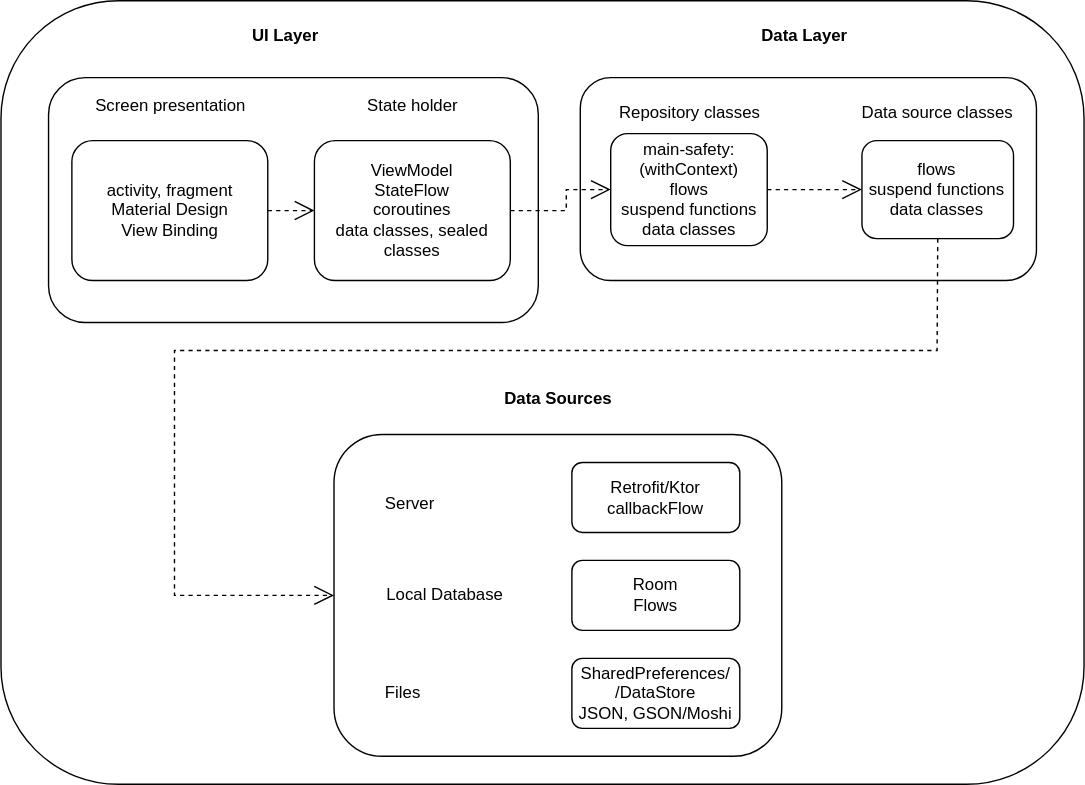
Above: !sources/android-architecture-map.drawio.svg in krystian-rymon-lipinski/knowledge-database (draw.io), before the change. Source tidied: cells renumbered, new cells last; positions are measured from the earlier drawing's top-left corner, leaving out a move shared by most shapes. Source of this version:
```xml
<mxGraphModel>
  <root>
    <mxCell id="0" />
    <mxCell id="1" parent="0" />
    <mxCell id="2" style="rounded=1;whiteSpace=wrap;html=1;" parent="1" vertex="1">
      <mxGeometry width="774" height="560" as="geometry" />
    </mxCell>
    <mxCell id="3" style="group;" parent="1" vertex="1">
      <mxGeometry x="238" y="270" width="320" height="270" as="geometry" />
    </mxCell>
    <mxCell id="4" style="rounded=1;whiteSpace=wrap;html=1;" parent="3" vertex="1">
      <mxGeometry y="40" width="320" height="230" as="geometry" />
    </mxCell>
    <mxCell id="5" value="&lt;b&gt;Data Sources&lt;/b&gt;" style="text;html=1;align=center;verticalAlign=middle;strokeColor=none;fillColor=none;" parent="3" vertex="1">
      <mxGeometry x="110" width="100" height="30" as="geometry" />
    </mxCell>
    <mxCell id="6" value="Retrofit/Ktor&lt;br&gt;callbackFlow" style="rounded=1;whiteSpace=wrap;html=1;" parent="3" vertex="1">
      <mxGeometry x="170" y="60" width="120" height="50" as="geometry" />
    </mxCell>
    <mxCell id="7" value="Server" style="text;html=1;align=center;verticalAlign=middle;strokeColor=none;fillColor=none;" parent="3" vertex="1">
      <mxGeometry x="24" y="75" width="60" height="30" as="geometry" />
    </mxCell>
    <mxCell id="8" value="Local Database" style="text;html=1;align=center;verticalAlign=middle;strokeColor=none;fillColor=none;" parent="3" vertex="1">
      <mxGeometry x="24" y="140" width="110" height="30" as="geometry" />
    </mxCell>
    <mxCell id="9" value="Room&lt;br&gt;Flows" style="rounded=1;whiteSpace=wrap;html=1;" parent="3" vertex="1">
      <mxGeometry x="170" y="130" width="120" height="50" as="geometry" />
    </mxCell>
    <mxCell id="10" value="Files" style="text;html=1;align=center;verticalAlign=middle;strokeColor=none;fillColor=none;" parent="3" vertex="1">
      <mxGeometry x="24" y="210" width="50" height="30" as="geometry" />
    </mxCell>
    <mxCell id="11" value="SharedPreferences/ /DataStore&lt;br&gt;JSON, GSON/Moshi" style="rounded=1;whiteSpace=wrap;html=1;" parent="3" vertex="1">
      <mxGeometry x="170" y="200" width="120" height="50" as="geometry" />
    </mxCell>
    <mxCell id="12" style="group;" parent="1" vertex="1">
      <mxGeometry x="34" y="10" width="350" height="235" as="geometry" />
    </mxCell>
    <mxCell id="13" style="rounded=1;whiteSpace=wrap;html=1;" parent="12" vertex="1">
      <mxGeometry y="45" width="350" height="175" as="geometry" />
    </mxCell>
    <mxCell id="14" value="ViewModel&lt;br&gt;StateFlow&lt;br&gt;coroutines&lt;br&gt;data classes, sealed classes" style="rounded=1;whiteSpace=wrap;html=1;" parent="12" vertex="1">
      <mxGeometry x="190" y="90" width="140" height="100" as="geometry" />
    </mxCell>
    <mxCell id="15" value="activity, fragment&lt;br&gt;Material Design&lt;br&gt;View Binding" style="rounded=1;whiteSpace=wrap;html=1;" parent="12" vertex="1">
      <mxGeometry x="16.7" y="90" width="140" height="100" as="geometry" />
    </mxCell>
    <mxCell id="16" value="&lt;b&gt;UI Layer&lt;/b&gt;" style="text;html=1;align=center;verticalAlign=middle;strokeColor=none;fillColor=none;" parent="12" vertex="1">
      <mxGeometry x="134.2" width="70" height="30" as="geometry" />
    </mxCell>
    <mxCell id="17" value="Screen presentation" style="text;html=1;align=center;verticalAlign=middle;strokeColor=none;fillColor=none;" parent="12" vertex="1">
      <mxGeometry x="21.7" y="50" width="130" height="30" as="geometry" />
    </mxCell>
    <mxCell id="18" value="State holder" style="text;html=1;align=center;verticalAlign=middle;strokeColor=none;fillColor=none;" parent="12" vertex="1">
      <mxGeometry x="215" y="50" width="90" height="30" as="geometry" />
    </mxCell>
    <mxCell id="19" style="endArrow=open;endSize=12;dashed=1;html=1;rounded=0;exitX=1;exitY=0.5;exitDx=0;exitDy=0;entryX=0;entryY=0.5;entryDx=0;entryDy=0;" parent="12" edge="1" source="15" target="14">
      <mxGeometry x="-0.21" y="15" relative="1" as="geometry" />
    </mxCell>
    <mxCell id="20" style="group;" parent="1" vertex="1">
      <mxGeometry x="414" y="10" width="326" height="190" as="geometry" />
    </mxCell>
    <mxCell id="21" value="&lt;b&gt;Data Layer&lt;/b&gt;" style="text;html=1;align=center;verticalAlign=middle;strokeColor=none;fillColor=none;" parent="20" vertex="1">
      <mxGeometry x="119.5" width="80" height="30" as="geometry" />
    </mxCell>
    <mxCell id="22" style="rounded=1;whiteSpace=wrap;html=1;" parent="20" vertex="1">
      <mxGeometry y="45" width="326" height="145" as="geometry" />
    </mxCell>
    <mxCell id="23" value="Data source classes" style="text;html=1;align=center;verticalAlign=middle;strokeColor=none;fillColor=none;" parent="20" vertex="1">
      <mxGeometry x="190.5" y="55" width="130" height="30" as="geometry" />
    </mxCell>
    <mxCell id="24" value="Repository classes" style="text;html=1;align=center;verticalAlign=middle;strokeColor=none;fillColor=none;" parent="20" vertex="1">
      <mxGeometry x="17.7" y="55" width="120" height="30" as="geometry" />
    </mxCell>
    <mxCell id="25" value="main-safety: (withContext)&lt;br&gt;flows&lt;br&gt;suspend functions&lt;br&gt;data classes" style="rounded=1;whiteSpace=wrap;html=1;" parent="20" vertex="1">
      <mxGeometry x="21.7" y="85" width="111.9" height="80" as="geometry" />
    </mxCell>
    <mxCell id="26" value="flows&lt;br&gt;suspend functions&lt;br&gt;data classes" style="rounded=1;whiteSpace=wrap;html=1;" parent="20" vertex="1">
      <mxGeometry x="201.3" y="90" width="108.3" height="70" as="geometry" />
    </mxCell>
    <mxCell id="27" style="endArrow=open;endSize=12;dashed=1;rounded=0;exitX=1;exitY=0.5;exitDx=0;exitDy=0;entryX=0;entryY=0.5;entryDx=0;entryDy=0;html=1;fontSize=11;labelBackgroundColor=none;" parent="20" edge="1" source="25" target="26">
      <mxGeometry x="-0.04" y="10" relative="1" as="geometry" />
    </mxCell>
    <mxCell id="28" style="endArrow=open;endSize=12;dashed=1;html=1;rounded=0;exitX=1;exitY=0.5;exitDx=0;exitDy=0;entryX=0;entryY=0.5;entryDx=0;entryDy=0;" parent="1" edge="1" source="14" target="25">
      <mxGeometry relative="1" as="geometry">
        <Array as="points">
          <mxPoint x="404" y="150" />
          <mxPoint x="404" y="135" />
        </Array>
      </mxGeometry>
    </mxCell>
    <mxCell id="29" style="endArrow=open;endSize=12;dashed=1;html=1;rounded=0;exitX=0.5;exitY=1;exitDx=0;exitDy=0;entryX=0;entryY=0.5;entryDx=0;entryDy=0;" parent="1" edge="1" source="26" target="4">
      <mxGeometry relative="1" as="geometry">
        <Array as="points">
          <mxPoint x="669" y="250" />
          <mxPoint x="124" y="250" />
          <mxPoint x="124" y="425" />
        </Array>
      </mxGeometry>
    </mxCell>
  </root>
</mxGraphModel>
```
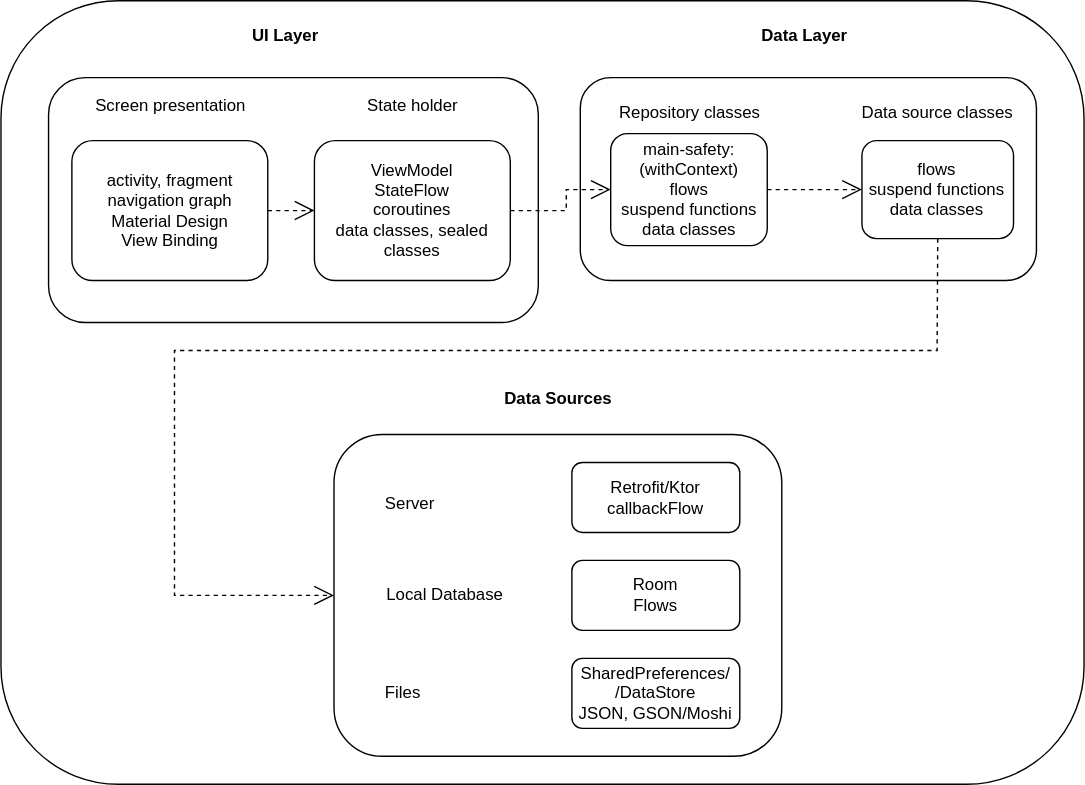
Later version of the same file.

Change to the diagram source:
```diff
@@ -41,7 +41,7 @@
     <mxCell id="14" value="ViewModel&lt;br&gt;StateFlow&lt;br&gt;coroutines&lt;br&gt;data classes, sealed classes" style="rounded=1;whiteSpace=wrap;html=1;" parent="12" vertex="1">
       <mxGeometry x="190" y="90" width="140" height="100" as="geometry" />
     </mxCell>
-    <mxCell id="15" value="activity, fragment&lt;br&gt;Material Design&lt;br&gt;View Binding" style="rounded=1;whiteSpace=wrap;html=1;" parent="12" vertex="1">
+    <mxCell id="15" value="activity, fragment&lt;br&gt;navigation graph&lt;br&gt;Material Design&lt;br&gt;View Binding" style="rounded=1;whiteSpace=wrap;html=1;" parent="12" vertex="1">
       <mxGeometry x="16.7" y="90" width="140" height="100" as="geometry" />
     </mxCell>
     <mxCell id="16" value="&lt;b&gt;UI Layer&lt;/b&gt;" style="text;html=1;align=center;verticalAlign=middle;strokeColor=none;fillColor=none;" parent="12" vertex="1">
```
